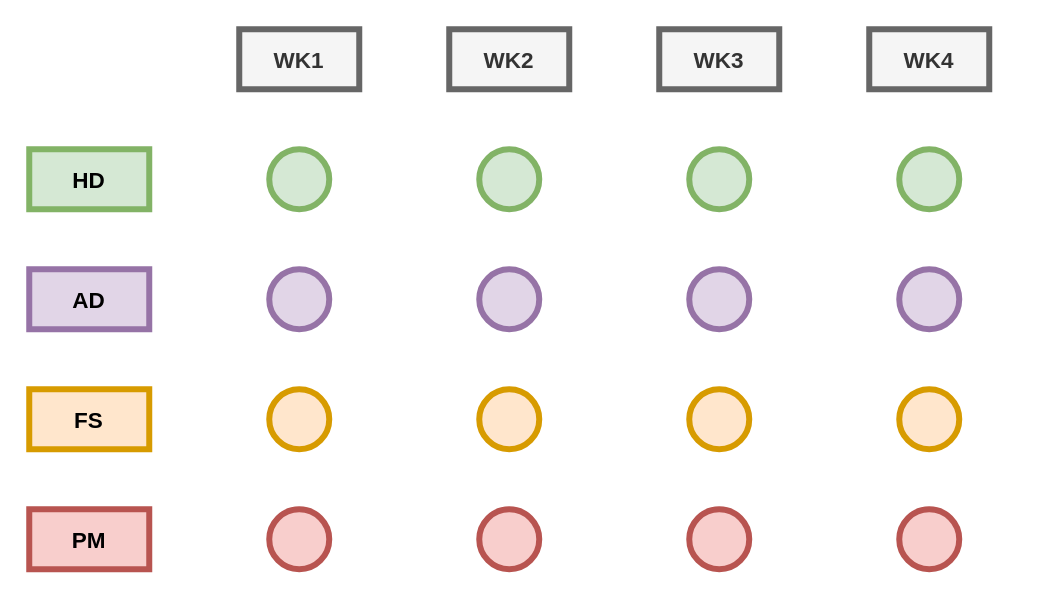
Above: page "Page-6" (6 of 6) of CS1301/Untitled Diagram.drawio in printjoshhere/CS1301 (draw.io), before the change. Source tidied: cells renumbered, new cells numbered last; positions are measured from the earlier drawing's top-left corner, leaving out a move shared by most shapes. Both pictures are drawn from the tidied source at 150%, with x=0, y=0 at pixel (28, 28).
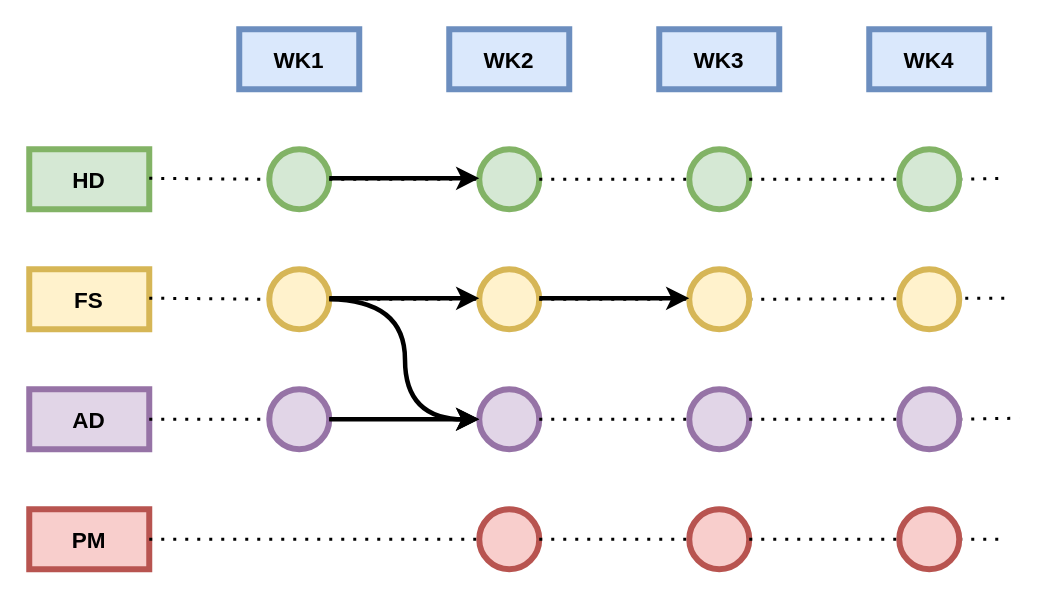
Above is the later version.

The change refers to these unchanged cells:
```xml
<mxCell id="14" style="ellipse;whiteSpace=wrap;html=1;strokeWidth=4;fillColor=#d5e8d4;strokeColor=#82b366;" parent="1" vertex="1">
  <mxGeometry x="300" y="80" width="40" height="40" as="geometry" />
</mxCell>
<mxCell id="18" style="ellipse;whiteSpace=wrap;html=1;strokeWidth=4;fillColor=#d5e8d4;strokeColor=#82b366;" parent="1" vertex="1">
  <mxGeometry x="440" y="80" width="40" height="40" as="geometry" />
</mxCell>
<mxCell id="22" style="ellipse;whiteSpace=wrap;html=1;strokeWidth=4;fillColor=#d5e8d4;strokeColor=#82b366;" parent="1" vertex="1">
  <mxGeometry x="580" y="80" width="40" height="40" as="geometry" />
</mxCell>
```

Change to the diagram source:
```diff
@@
-    <mxCell id="2" style="ellipse;whiteSpace=wrap;html=1;strokeWidth=4;fillColor=#d5e8d4;strokeColor=#82b366;" parent="1" vertex="1">
-      <mxGeometry x="160" y="80" width="40" height="40" as="geometry" />
-    </mxCell>
@@
     <mxCell id="4" value="&lt;b&gt;&lt;font style=&quot;font-size: 15px;&quot;&gt;AD&lt;/font&gt;&lt;/b&gt;" style="rounded=0;whiteSpace=wrap;html=1;strokeWidth=4;fillColor=#e1d5e7;strokeColor=#9673a6;" parent="1" vertex="1">
-      <mxGeometry y="160" width="80" height="40" as="geometry" />
+      <mxGeometry y="240" width="80" height="40" as="geometry" />
     </mxCell>
-    <mxCell id="5" style="ellipse;whiteSpace=wrap;html=1;strokeWidth=4;fillColor=#e1d5e7;strokeColor=#9673a6;" parent="1" vertex="1">
-      <mxGeometry x="160" y="160" width="40" height="40" as="geometry" />
-    </mxCell>
-    <mxCell id="6" value="&lt;b&gt;&lt;font style=&quot;font-size: 15px;&quot;&gt;FS&lt;/font&gt;&lt;/b&gt;" style="rounded=0;whiteSpace=wrap;html=1;strokeWidth=4;fillColor=#ffe6cc;strokeColor=#d79b00;" parent="1" vertex="1">
-      <mxGeometry y="240" width="80" height="40" as="geometry" />
+    <mxCell id="6" value="&lt;b&gt;&lt;font style=&quot;font-size: 15px;&quot;&gt;FS&lt;/font&gt;&lt;/b&gt;" style="rounded=0;whiteSpace=wrap;html=1;strokeWidth=4;fillColor=#fff2cc;strokeColor=#d6b656;" parent="1" vertex="1">
+      <mxGeometry y="160" width="80" height="40" as="geometry" />
     </mxCell>
-    <mxCell id="7" style="ellipse;whiteSpace=wrap;html=1;strokeWidth=4;fillColor=#ffe6cc;strokeColor=#d79b00;" parent="1" vertex="1">
-      <mxGeometry x="160" y="240" width="40" height="40" as="geometry" />
-    </mxCell>
@@
-    <mxCell id="9" style="ellipse;whiteSpace=wrap;html=1;strokeWidth=4;fillColor=#f8cecc;strokeColor=#b85450;" parent="1" vertex="1">
-      <mxGeometry x="160" y="320" width="40" height="40" as="geometry" />
-    </mxCell>
-    <mxCell id="10" value="&lt;b&gt;&lt;font style=&quot;font-size: 15px;&quot;&gt;WK1&lt;/font&gt;&lt;/b&gt;" style="rounded=0;whiteSpace=wrap;html=1;fillColor=#f5f5f5;fontColor=#333333;strokeColor=#666666;strokeWidth=4;" parent="1" vertex="1">
+    <mxCell id="10" value="&lt;b&gt;&lt;font style=&quot;font-size: 15px;&quot;&gt;WK1&lt;/font&gt;&lt;/b&gt;" style="rounded=0;whiteSpace=wrap;html=1;fillColor=#dae8fc;strokeColor=#6c8ebf;strokeWidth=4;" parent="1" vertex="1">
       <mxGeometry x="140" width="80" height="40" as="geometry" />
     </mxCell>
-    <mxCell id="11" value="&lt;b&gt;&lt;font style=&quot;font-size: 15px;&quot;&gt;WK2&lt;/font&gt;&lt;/b&gt;" style="rounded=0;whiteSpace=wrap;html=1;fillColor=#f5f5f5;fontColor=#333333;strokeColor=#666666;strokeWidth=4;" parent="1" vertex="1">
+    <mxCell id="11" value="&lt;b&gt;&lt;font style=&quot;font-size: 15px;&quot;&gt;WK2&lt;/font&gt;&lt;/b&gt;" style="rounded=0;whiteSpace=wrap;html=1;fillColor=#dae8fc;strokeColor=#6c8ebf;strokeWidth=4;" parent="1" vertex="1">
       <mxGeometry x="280" width="80" height="40" as="geometry" />
     </mxCell>
-    <mxCell id="12" value="&lt;b&gt;&lt;font style=&quot;font-size: 15px;&quot;&gt;WK3&lt;/font&gt;&lt;/b&gt;" style="rounded=0;whiteSpace=wrap;html=1;fillColor=#f5f5f5;fontColor=#333333;strokeColor=#666666;strokeWidth=4;" parent="1" vertex="1">
+    <mxCell id="12" value="&lt;b&gt;&lt;font style=&quot;font-size: 15px;&quot;&gt;WK3&lt;/font&gt;&lt;/b&gt;" style="rounded=0;whiteSpace=wrap;html=1;fillColor=#dae8fc;strokeColor=#6c8ebf;strokeWidth=4;" parent="1" vertex="1">
       <mxGeometry x="420" width="80" height="40" as="geometry" />
     </mxCell>
-    <mxCell id="13" value="&lt;b&gt;&lt;font style=&quot;font-size: 15px;&quot;&gt;WK4&lt;/font&gt;&lt;/b&gt;" style="rounded=0;whiteSpace=wrap;html=1;fillColor=#f5f5f5;fontColor=#333333;strokeColor=#666666;strokeWidth=4;" parent="1" vertex="1">
+    <mxCell id="13" value="&lt;b&gt;&lt;font style=&quot;font-size: 15px;&quot;&gt;WK4&lt;/font&gt;&lt;/b&gt;" style="rounded=0;whiteSpace=wrap;html=1;fillColor=#dae8fc;strokeColor=#6c8ebf;strokeWidth=4;" parent="1" vertex="1">
       <mxGeometry x="560" width="80" height="40" as="geometry" />
     </mxCell>
+    <mxCell id="26" style="endArrow=none;dashed=1;html=1;dashPattern=1 3;strokeWidth=2;rounded=0;exitX=1;exitY=0.5;exitDx=0;exitDy=0;startArrow=none;" parent="1" edge="1" source="22">
+      <mxGeometry relative="1" as="geometry">
+        <mxPoint x="650" y="99.4" as="targetPoint" />
+      </mxGeometry>
+    </mxCell>
+    <mxCell id="27" style="endArrow=none;dashed=1;html=1;dashPattern=1 3;strokeWidth=2;rounded=0;exitX=1;exitY=0.5;exitDx=0;exitDy=0;startArrow=none;" parent="1" edge="1" source="35">
+      <mxGeometry relative="1" as="geometry">
+        <mxPoint x="660" y="259.3" as="targetPoint" />
+      </mxGeometry>
+    </mxCell>
+    <mxCell id="28" style="endArrow=none;dashed=1;html=1;dashPattern=1 3;strokeWidth=2;rounded=0;exitX=1;exitY=0.5;exitDx=0;exitDy=0;" parent="1" edge="1" source="4" target="29">
+      <mxGeometry relative="1" as="geometry" />
+    </mxCell>
+    <mxCell id="29" style="ellipse;whiteSpace=wrap;html=1;strokeWidth=4;fillColor=#e1d5e7;strokeColor=#9673a6;" parent="1" vertex="1">
+      <mxGeometry x="160" y="240" width="40" height="40" as="geometry" />
+    </mxCell>
+    <mxCell id="30" style="endArrow=none;dashed=1;html=1;dashPattern=1 3;strokeWidth=2;rounded=0;exitX=1;exitY=0.5;exitDx=0;exitDy=0;startArrow=none;" parent="1" edge="1" source="29" target="31">
+      <mxGeometry relative="1" as="geometry" />
+    </mxCell>
+    <mxCell id="31" style="ellipse;whiteSpace=wrap;html=1;strokeWidth=4;fillColor=#e1d5e7;strokeColor=#9673a6;" parent="1" vertex="1">
+      <mxGeometry x="300" y="240" width="40" height="40" as="geometry" />
+    </mxCell>
+    <mxCell id="32" style="endArrow=none;dashed=1;html=1;dashPattern=1 3;strokeWidth=2;rounded=0;exitX=1;exitY=0.5;exitDx=0;exitDy=0;startArrow=none;" parent="1" edge="1" source="31" target="33">
+      <mxGeometry relative="1" as="geometry" />
+    </mxCell>
+    <mxCell id="33" style="ellipse;whiteSpace=wrap;html=1;strokeWidth=4;fillColor=#e1d5e7;strokeColor=#9673a6;" parent="1" vertex="1">
+      <mxGeometry x="440" y="240" width="40" height="40" as="geometry" />
+    </mxCell>
+    <mxCell id="34" style="endArrow=none;dashed=1;html=1;dashPattern=1 3;strokeWidth=2;rounded=0;exitX=1;exitY=0.5;exitDx=0;exitDy=0;startArrow=none;" parent="1" edge="1" source="33" target="35">
+      <mxGeometry relative="1" as="geometry" />
+    </mxCell>
+    <mxCell id="35" style="ellipse;whiteSpace=wrap;html=1;strokeWidth=4;fillColor=#e1d5e7;strokeColor=#9673a6;" parent="1" vertex="1">
+      <mxGeometry x="580" y="240" width="40" height="40" as="geometry" />
+    </mxCell>
+    <mxCell id="36" style="endArrow=none;dashed=1;html=1;dashPattern=1 3;strokeWidth=2;rounded=0;exitX=1;exitY=0.5;exitDx=0;exitDy=0;startArrow=none;" parent="1" edge="1" source="43">
+      <mxGeometry relative="1" as="geometry">
+        <mxPoint x="650" y="179.3" as="targetPoint" />
+      </mxGeometry>
+    </mxCell>
+    <mxCell id="37" style="endArrow=none;dashed=1;html=1;dashPattern=1 3;strokeWidth=2;rounded=0;exitX=1;exitY=0.5;exitDx=0;exitDy=0;startArrow=none;" parent="1" edge="1" source="25">
+      <mxGeometry relative="1" as="geometry">
+        <mxPoint x="650" y="340" as="targetPoint" />
+      </mxGeometry>
+    </mxCell>
+    <mxCell id="38" style="endArrow=none;dashed=1;html=1;dashPattern=1 3;strokeWidth=2;rounded=0;exitX=1;exitY=0.5;exitDx=0;exitDy=0;" parent="1" edge="1" target="39">
+      <mxGeometry relative="1" as="geometry">
+        <mxPoint x="80" y="179.3" as="sourcePoint" />
+      </mxGeometry>
+    </mxCell>
+    <mxCell id="39" style="ellipse;whiteSpace=wrap;html=1;strokeWidth=4;fillColor=#fff2cc;strokeColor=#d6b656;" parent="1" vertex="1">
+      <mxGeometry x="160" y="160" width="40" height="40" as="geometry" />
+    </mxCell>
+    <mxCell id="40" style="endArrow=none;dashed=1;html=1;dashPattern=1 3;strokeWidth=2;rounded=0;exitX=1;exitY=0.5;exitDx=0;exitDy=0;startArrow=none;" parent="1" edge="1" source="39" target="41">
+      <mxGeometry relative="1" as="geometry" />
+    </mxCell>
+    <mxCell id="41" style="ellipse;whiteSpace=wrap;html=1;strokeWidth=4;fillColor=#fff2cc;strokeColor=#d6b656;" parent="1" vertex="1">
+      <mxGeometry x="300" y="160" width="40" height="40" as="geometry" />
+    </mxCell>
+    <mxCell id="42" style="endArrow=none;dashed=1;html=1;dashPattern=1 3;strokeWidth=2;rounded=0;exitX=1;exitY=0.5;exitDx=0;exitDy=0;startArrow=none;" parent="1" edge="1" source="41" target="43">
+      <mxGeometry relative="1" as="geometry" />
+    </mxCell>
+    <mxCell id="43" style="ellipse;whiteSpace=wrap;html=1;strokeWidth=4;fillColor=#fff2cc;strokeColor=#d6b656;" parent="1" vertex="1">
+      <mxGeometry x="440" y="160" width="40" height="40" as="geometry" />
+    </mxCell>
+    <mxCell id="44" style="ellipse;whiteSpace=wrap;html=1;strokeWidth=4;fillColor=#fff2cc;strokeColor=#d6b656;" parent="1" vertex="1">
+      <mxGeometry x="580" y="160" width="40" height="40" as="geometry" />
+    </mxCell>
+    <mxCell id="45" style="endArrow=none;dashed=1;html=1;dashPattern=1 3;strokeWidth=2;rounded=0;exitX=1;exitY=0.5;exitDx=0;exitDy=0;" parent="1" edge="1">
+      <mxGeometry relative="1" as="geometry">
+        <mxPoint x="80" y="340" as="sourcePoint" />
+        <mxPoint x="160" y="340" as="targetPoint" />
+      </mxGeometry>
+    </mxCell>
+    <mxCell id="46" style="endArrow=none;dashed=1;html=1;dashPattern=1 3;strokeWidth=2;rounded=0;startArrow=none;" parent="1" edge="1" target="17">
+      <mxGeometry relative="1" as="geometry">
+        <mxPoint x="160" y="340" as="sourcePoint" />
+      </mxGeometry>
+    </mxCell>
+    <mxCell id="17" style="ellipse;whiteSpace=wrap;html=1;strokeWidth=4;fillColor=#f8cecc;strokeColor=#b85450;" parent="1" vertex="1">
+      <mxGeometry x="300" y="320" width="40" height="40" as="geometry" />
+    </mxCell>
+    <mxCell id="47" style="endArrow=none;dashed=1;html=1;dashPattern=1 3;strokeWidth=2;rounded=0;exitX=1;exitY=0.5;exitDx=0;exitDy=0;startArrow=none;" parent="1" edge="1" source="17" target="21">
+      <mxGeometry relative="1" as="geometry" />
+    </mxCell>
+    <mxCell id="21" style="ellipse;whiteSpace=wrap;html=1;strokeWidth=4;fillColor=#f8cecc;strokeColor=#b85450;" parent="1" vertex="1">
+      <mxGeometry x="440" y="320" width="40" height="40" as="geometry" />
+    </mxCell>
+    <mxCell id="48" style="endArrow=none;dashed=1;html=1;dashPattern=1 3;strokeWidth=2;rounded=0;exitX=1;exitY=0.5;exitDx=0;exitDy=0;startArrow=none;" parent="1" edge="1" source="21" target="25">
+      <mxGeometry relative="1" as="geometry" />
+    </mxCell>
+    <mxCell id="25" style="ellipse;whiteSpace=wrap;html=1;strokeWidth=4;fillColor=#f8cecc;strokeColor=#b85450;" parent="1" vertex="1">
+      <mxGeometry x="580" y="320" width="40" height="40" as="geometry" />
+    </mxCell>
+    <mxCell id="49" style="endArrow=classic;html=1;rounded=0;strokeWidth=3;" parent="1" edge="1">
+      <mxGeometry relative="1" as="geometry">
+        <mxPoint x="200" y="260" as="sourcePoint" />
+        <mxPoint x="300" y="260" as="targetPoint" />
+      </mxGeometry>
+    </mxCell>
+    <mxCell id="50" style="endArrow=classic;html=1;rounded=0;strokeWidth=3;entryX=0;entryY=0.5;entryDx=0;entryDy=0;" parent="1" edge="1">
+      <mxGeometry relative="1" as="geometry">
+        <mxPoint x="200" y="179.4" as="sourcePoint" />
+        <mxPoint x="300" y="179.4" as="targetPoint" />
+      </mxGeometry>
+    </mxCell>
+    <mxCell id="51" style="endArrow=classic;html=1;rounded=0;strokeWidth=3;entryX=0;entryY=0.5;entryDx=0;entryDy=0;" parent="1" edge="1">
+      <mxGeometry relative="1" as="geometry">
+        <mxPoint x="340" y="179.4" as="sourcePoint" />
+        <mxPoint x="440" y="179.4" as="targetPoint" />
+      </mxGeometry>
+    </mxCell>
+    <mxCell id="52" style="endArrow=none;dashed=1;html=1;dashPattern=1 3;strokeWidth=2;rounded=0;exitX=1;exitY=0.5;exitDx=0;exitDy=0;" parent="1" edge="1" target="2">
+      <mxGeometry relative="1" as="geometry">
+        <mxPoint x="80" y="99.4" as="sourcePoint" />
+      </mxGeometry>
+    </mxCell>
+    <mxCell id="2" style="ellipse;whiteSpace=wrap;html=1;strokeWidth=4;fillColor=#d5e8d4;strokeColor=#82b366;" parent="1" vertex="1">
+      <mxGeometry x="160" y="80" width="40" height="40" as="geometry" />
+    </mxCell>
+    <mxCell id="53" style="endArrow=none;dashed=1;html=1;dashPattern=1 3;strokeWidth=2;rounded=0;exitX=1;exitY=0.5;exitDx=0;exitDy=0;startArrow=none;" parent="1" edge="1" source="2" target="14">
+      <mxGeometry relative="1" as="geometry" />
+    </mxCell>
@@
-    <mxCell id="15" style="ellipse;whiteSpace=wrap;html=1;strokeWidth=4;fillColor=#e1d5e7;strokeColor=#9673a6;" parent="1" vertex="1">
-      <mxGeometry x="300" y="160" width="40" height="40" as="geometry" />
-    </mxCell>
-    <mxCell id="16" style="ellipse;whiteSpace=wrap;html=1;strokeWidth=4;fillColor=#ffe6cc;strokeColor=#d79b00;" parent="1" vertex="1">
-      <mxGeometry x="300" y="240" width="40" height="40" as="geometry" />
-    </mxCell>
-    <mxCell id="17" style="ellipse;whiteSpace=wrap;html=1;strokeWidth=4;fillColor=#f8cecc;strokeColor=#b85450;" parent="1" vertex="1">
-      <mxGeometry x="300" y="320" width="40" height="40" as="geometry" />
-    </mxCell>
+    <mxCell id="54" style="endArrow=none;dashed=1;html=1;dashPattern=1 3;strokeWidth=2;rounded=0;exitX=1;exitY=0.5;exitDx=0;exitDy=0;startArrow=none;" parent="1" edge="1" source="14" target="18">
+      <mxGeometry relative="1" as="geometry" />
+    </mxCell>
@@
-    <mxCell id="19" style="ellipse;whiteSpace=wrap;html=1;strokeWidth=4;fillColor=#e1d5e7;strokeColor=#9673a6;" parent="1" vertex="1">
-      <mxGeometry x="440" y="160" width="40" height="40" as="geometry" />
-    </mxCell>
-    <mxCell id="20" style="ellipse;whiteSpace=wrap;html=1;strokeWidth=4;fillColor=#ffe6cc;strokeColor=#d79b00;" parent="1" vertex="1">
-      <mxGeometry x="440" y="240" width="40" height="40" as="geometry" />
-    </mxCell>
-    <mxCell id="21" style="ellipse;whiteSpace=wrap;html=1;strokeWidth=4;fillColor=#f8cecc;strokeColor=#b85450;" parent="1" vertex="1">
-      <mxGeometry x="440" y="320" width="40" height="40" as="geometry" />
-    </mxCell>
+    <mxCell id="55" style="endArrow=none;dashed=1;html=1;dashPattern=1 3;strokeWidth=2;rounded=0;exitX=1;exitY=0.5;exitDx=0;exitDy=0;startArrow=none;" parent="1" edge="1" source="18" target="22">
+      <mxGeometry relative="1" as="geometry" />
+    </mxCell>
@@
-    <mxCell id="23" style="ellipse;whiteSpace=wrap;html=1;strokeWidth=4;fillColor=#e1d5e7;strokeColor=#9673a6;" parent="1" vertex="1">
-      <mxGeometry x="580" y="160" width="40" height="40" as="geometry" />
-    </mxCell>
-    <mxCell id="24" style="ellipse;whiteSpace=wrap;html=1;strokeWidth=4;fillColor=#ffe6cc;strokeColor=#d79b00;" parent="1" vertex="1">
-      <mxGeometry x="580" y="240" width="40" height="40" as="geometry" />
-    </mxCell>
-    <mxCell id="25" style="ellipse;whiteSpace=wrap;html=1;strokeWidth=4;fillColor=#f8cecc;strokeColor=#b85450;" parent="1" vertex="1">
-      <mxGeometry x="580" y="320" width="40" height="40" as="geometry" />
-    </mxCell>
+    <mxCell id="56" style="endArrow=classic;html=1;rounded=0;strokeWidth=3;entryX=0;entryY=0.5;entryDx=0;entryDy=0;" parent="1" edge="1">
+      <mxGeometry relative="1" as="geometry">
+        <mxPoint x="200" y="99.4" as="sourcePoint" />
+        <mxPoint x="300" y="99.4" as="targetPoint" />
+      </mxGeometry>
+    </mxCell>
+    <mxCell id="57" style="endArrow=classic;html=1;rounded=0;strokeWidth=3;entryX=0;entryY=0.5;entryDx=0;entryDy=0;edgeStyle=orthogonalEdgeStyle;curved=1;" parent="1" edge="1" target="31">
+      <mxGeometry relative="1" as="geometry">
+        <mxPoint x="200" y="180" as="sourcePoint" />
+      </mxGeometry>
+    </mxCell>
```
